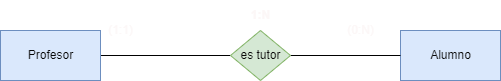
The draw.io diagram tareas/tarea-1/images/ejercicio2.drawio.png in aguemarrero/base-datos, before a commit. Source tidied: cells renumbered, new cells last; positions are measured from the earlier drawing's top-left corner, leaving out a move shared by most shapes. Its diagram source:
```xml
<mxGraphModel>
  <root>
    <mxCell id="0" />
    <mxCell id="1" parent="0" />
    <mxCell id="2" style="edgeStyle=none;html=1;entryX=0;entryY=0.5;entryDx=0;entryDy=0;fontColor=#080808;endArrow=none;endFill=0;" parent="1" edge="1" source="3" target="6">
      <mxGeometry relative="1" as="geometry" />
    </mxCell>
    <mxCell id="3" value="&lt;font color=&quot;#080808&quot;&gt;Profesor&lt;/font&gt;" style="html=1;dashed=0;whitespace=wrap;fillColor=#dae8fc;strokeColor=#6c8ebf;" parent="1" vertex="1">
      <mxGeometry y="30" width="100" height="50" as="geometry" />
    </mxCell>
    <mxCell id="4" value="&lt;font color=&quot;#080808&quot;&gt;Alumno&lt;/font&gt;" style="html=1;dashed=0;whitespace=wrap;fillColor=#dae8fc;strokeColor=#6c8ebf;" parent="1" vertex="1">
      <mxGeometry x="400" y="30" width="100" height="50" as="geometry" />
    </mxCell>
    <mxCell id="5" style="edgeStyle=none;html=1;exitX=1;exitY=0.5;exitDx=0;exitDy=0;fontColor=#080808;endArrow=none;endFill=0;" parent="1" edge="1" source="6" target="4">
      <mxGeometry relative="1" as="geometry" />
    </mxCell>
    <mxCell id="6" value="&lt;font color=&quot;#0d0c0c&quot;&gt;es tutor&lt;/font&gt;" style="shape=rhombus;html=1;dashed=0;whitespace=wrap;perimeter=rhombusPerimeter;fillColor=#d5e8d4;strokeColor=#82b366;" parent="1" vertex="1">
      <mxGeometry x="230" y="30" width="60" height="50" as="geometry" />
    </mxCell>
    <mxCell id="7" value="&lt;font color=&quot;#fcf7f7&quot;&gt;(0:N)&lt;/font&gt;" style="text;html=1;align=center;verticalAlign=middle;strokeColor=none;fillColor=none;fontColor=#0d0c0c;" parent="1" vertex="1">
      <mxGeometry x="335" y="15" width="50" height="30" as="geometry" />
    </mxCell>
    <mxCell id="8" value="(1:1)" style="text;html=1;align=center;verticalAlign=middle;strokeColor=none;fillColor=none;fontColor=#fcf7f7;" parent="1" vertex="1">
      <mxGeometry x="95" y="15" width="50" height="30" as="geometry" />
    </mxCell>
    <mxCell id="9" value="&lt;b&gt;1:N&lt;/b&gt;" style="text;html=1;align=center;verticalAlign=middle;strokeColor=none;fillColor=none;fontColor=#fcf7f7;" parent="1" vertex="1">
      <mxGeometry x="240" width="40" height="30" as="geometry" />
    </mxCell>
  </root>
</mxGraphModel>
```
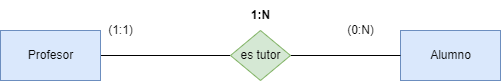
After the commit.

Change to the diagram source:
```diff
@@ -17,13 +17,13 @@
     <mxCell id="6" value="&lt;font color=&quot;#0d0c0c&quot;&gt;es tutor&lt;/font&gt;" style="shape=rhombus;html=1;dashed=0;whitespace=wrap;perimeter=rhombusPerimeter;fillColor=#d5e8d4;strokeColor=#82b366;" parent="1" vertex="1">
       <mxGeometry x="230" y="30" width="60" height="50" as="geometry" />
     </mxCell>
-    <mxCell id="7" value="&lt;font color=&quot;#fcf7f7&quot;&gt;(0:N)&lt;/font&gt;" style="text;html=1;align=center;verticalAlign=middle;strokeColor=none;fillColor=none;fontColor=#0d0c0c;" parent="1" vertex="1">
+    <mxCell id="7" value="&lt;font color=&quot;#000000&quot;&gt;(0:N)&lt;/font&gt;" style="text;html=1;align=center;verticalAlign=middle;strokeColor=none;fillColor=none;fontColor=#0d0c0c;" parent="1" vertex="1">
       <mxGeometry x="335" y="15" width="50" height="30" as="geometry" />
     </mxCell>
-    <mxCell id="8" value="(1:1)" style="text;html=1;align=center;verticalAlign=middle;strokeColor=none;fillColor=none;fontColor=#fcf7f7;" parent="1" vertex="1">
+    <mxCell id="8" value="&lt;font color=&quot;#000000&quot;&gt;(1:1)&lt;/font&gt;" style="text;html=1;align=center;verticalAlign=middle;strokeColor=none;fillColor=none;fontColor=#fcf7f7;" parent="1" vertex="1">
       <mxGeometry x="95" y="15" width="50" height="30" as="geometry" />
     </mxCell>
-    <mxCell id="9" value="&lt;b&gt;1:N&lt;/b&gt;" style="text;html=1;align=center;verticalAlign=middle;strokeColor=none;fillColor=none;fontColor=#fcf7f7;" parent="1" vertex="1">
+    <mxCell id="9" value="&lt;b&gt;&lt;font color=&quot;#000000&quot;&gt;1:N&lt;/font&gt;&lt;/b&gt;" style="text;html=1;align=center;verticalAlign=middle;strokeColor=none;fillColor=none;fontColor=#fcf7f7;" parent="1" vertex="1">
       <mxGeometry x="240" width="40" height="30" as="geometry" />
     </mxCell>
   </root>
```
